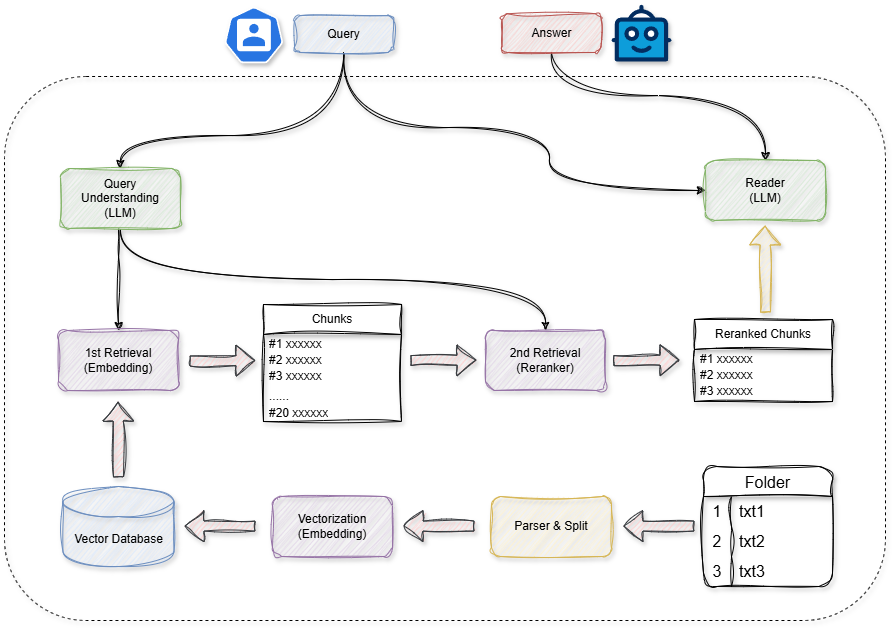
This is image/two_stage_rag.png from ponymhc/TalkAgent, a draw.io export, as it was before one commit. Source tidied: cells renumbered, new cells last; positions are measured from the earlier drawing's top-left corner, leaving out a move shared by most shapes.
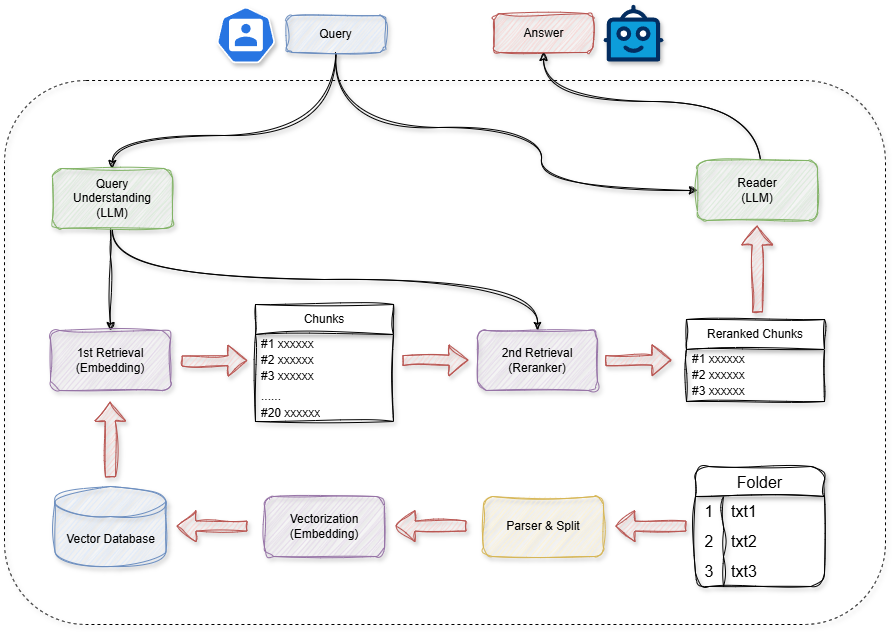
After the commit.

What changed in the source:
```diff
@@ -28,14 +28,6 @@
     <mxCell id="6" value="Query" style="rounded=1;whiteSpace=wrap;html=1;fillColor=#dae8fc;shadow=1;sketch=1;curveFitting=1;jiggle=2;strokeColor=#6c8ebf;" parent="1" vertex="1">
       <mxGeometry x="290" y="11.1" width="99" height="36.9" as="geometry" />
     </mxCell>
-    <mxCell id="7" style="edgeStyle=orthogonalEdgeStyle;rounded=0;jettySize=auto;html=1;curved=1;sketch=1;curveFitting=1;jiggle=2;shadow=1;entryX=0.5;entryY=0;entryDx=0;entryDy=0;exitX=0.5;exitY=1;exitDx=0;exitDy=0;" parent="1" edge="1" source="8" target="12">
-      <mxGeometry relative="1" as="geometry">
-        <Array as="points">
-          <mxPoint x="547" y="91" />
-          <mxPoint x="761" y="91" />
-        </Array>
-      </mxGeometry>
-    </mxCell>
     <mxCell id="8" value="Answer" style="rounded=1;whiteSpace=wrap;html=1;fillColor=#f8cecc;strokeColor=#b85450;shadow=1;sketch=1;curveFitting=1;jiggle=2;" parent="1" vertex="1">
       <mxGeometry x="497.5" y="9.2" width="99" height="38.8" as="geometry" />
     </mxCell>
@@ -53,6 +45,14 @@
     <mxCell id="11" value="Query&lt;div&gt;Understanding&lt;/div&gt;&lt;div&gt;(LLM)&lt;/div&gt;" style="rounded=1;whiteSpace=wrap;html=1;fillColor=#d5e8d4;strokeColor=#82b366;shadow=1;sketch=1;curveFitting=1;jiggle=2;" parent="1" vertex="1">
       <mxGeometry x="56" y="164" width="120" height="60" as="geometry" />
     </mxCell>
+    <mxCell id="47" style="edgeStyle=orthogonalEdgeStyle;rounded=0;jettySize=auto;html=1;entryX=0.5;entryY=1;entryDx=0;entryDy=0;curved=1;shadow=1;sketch=1;curveFitting=1;jiggle=2;" parent="1" edge="1" source="12" target="8">
+      <mxGeometry relative="1" as="geometry">
+        <Array as="points">
+          <mxPoint x="764" y="97" />
+          <mxPoint x="547" y="97" />
+        </Array>
+      </mxGeometry>
+    </mxCell>
     <mxCell id="12" value="Reader&lt;div&gt;(LLM)&lt;/div&gt;" style="rounded=1;whiteSpace=wrap;html=1;fillColor=#d5e8d4;strokeColor=#82b366;shadow=1;sketch=1;curveFitting=1;jiggle=2;" parent="1" vertex="1">
       <mxGeometry x="701" y="156" width="120" height="60" as="geometry" />
     </mxCell>
@@ -77,7 +77,7 @@
     <mxCell id="19" value="#20 xxxxxx" style="text;strokeColor=none;fillColor=none;align=left;verticalAlign=middle;spacingLeft=4;spacingRight=4;overflow=hidden;whiteSpace=wrap;html=1;sketch=1;curveFitting=1;jiggle=2;shadow=1;" parent="14" vertex="1">
       <mxGeometry y="99" width="138" height="18" as="geometry" />
     </mxCell>
-    <mxCell id="20" style="shape=flexArrow;endArrow=classic;html=1;rounded=0;fillColor=#ffcccc;strokeColor=#36393d;sketch=1;curveFitting=1;jiggle=2;shadow=1;" parent="1" edge="1">
+    <mxCell id="20" style="shape=flexArrow;endArrow=classic;html=1;rounded=0;fillColor=#f8cecc;strokeColor=#b85450;sketch=1;curveFitting=1;jiggle=2;shadow=1;" parent="1" edge="1">
       <mxGeometry relative="1" as="geometry">
         <mxPoint x="185" y="356.5" as="sourcePoint" />
         <mxPoint x="251" y="356" as="targetPoint" />
@@ -86,7 +86,7 @@
     <mxCell id="21" value="2nd Retrieval&lt;div&gt;(Reranker)&lt;/div&gt;" style="rounded=1;whiteSpace=wrap;html=1;fillColor=#e1d5e7;strokeColor=#9673a6;shadow=1;sketch=1;curveFitting=1;jiggle=2;" parent="1" vertex="1">
       <mxGeometry x="481" y="326" width="120" height="60" as="geometry" />
     </mxCell>
-    <mxCell id="22" style="shape=flexArrow;endArrow=classic;html=1;rounded=0;fillColor=#ffcccc;strokeColor=#36393d;sketch=1;curveFitting=1;jiggle=2;shadow=1;" parent="1" edge="1">
+    <mxCell id="22" style="shape=flexArrow;endArrow=classic;html=1;rounded=0;fillColor=#f8cecc;strokeColor=#b85450;sketch=1;curveFitting=1;jiggle=2;shadow=1;" parent="1" edge="1">
       <mxGeometry relative="1" as="geometry">
         <mxPoint x="406" y="356.1" as="sourcePoint" />
         <mxPoint x="472" y="355.6" as="targetPoint" />
@@ -104,13 +104,13 @@
     <mxCell id="26" value="#3 xxxxxx" style="text;strokeColor=none;fillColor=none;align=left;verticalAlign=middle;spacingLeft=4;spacingRight=4;overflow=hidden;whiteSpace=wrap;html=1;sketch=1;curveFitting=1;jiggle=2;shadow=1;" parent="23" vertex="1">
       <mxGeometry y="62" width="138" height="20" as="geometry" />
     </mxCell>
-    <mxCell id="27" style="shape=flexArrow;endArrow=classic;html=1;rounded=0;fillColor=#ffcccc;strokeColor=#36393d;sketch=1;curveFitting=1;jiggle=2;shadow=1;" parent="1" edge="1">
+    <mxCell id="27" style="shape=flexArrow;endArrow=classic;html=1;rounded=0;fillColor=#f8cecc;strokeColor=#b85450;sketch=1;curveFitting=1;jiggle=2;shadow=1;" parent="1" edge="1">
       <mxGeometry relative="1" as="geometry">
         <mxPoint x="609" y="356.1" as="sourcePoint" />
         <mxPoint x="675" y="355.6" as="targetPoint" />
       </mxGeometry>
     </mxCell>
-    <mxCell id="28" style="shape=flexArrow;endArrow=classic;html=1;rounded=0;fillColor=#fff2cc;strokeColor=#d6b656;sketch=1;curveFitting=1;jiggle=2;shadow=1;" parent="1" edge="1">
+    <mxCell id="28" style="shape=flexArrow;endArrow=classic;html=1;rounded=0;fillColor=#f8cecc;strokeColor=#b85450;sketch=1;curveFitting=1;jiggle=2;shadow=1;" parent="1" edge="1">
       <mxGeometry relative="1" as="geometry">
         <mxPoint x="761" y="308" as="sourcePoint" />
         <mxPoint x="760.6" y="221" as="targetPoint" />
@@ -122,13 +122,13 @@
     <mxCell id="30" value="Vector Database" style="shape=cylinder3;whiteSpace=wrap;html=1;boundedLbl=1;backgroundOutline=1;size=15;fillColor=#dae8fc;strokeColor=#6c8ebf;sketch=1;curveFitting=1;jiggle=2;shadow=1;" parent="1" vertex="1">
       <mxGeometry x="58.5" y="482" width="111" height="80" as="geometry" />
     </mxCell>
-    <mxCell id="31" style="shape=flexArrow;endArrow=classic;html=1;rounded=0;fillColor=#ffcccc;strokeColor=#36393d;sketch=1;curveFitting=1;jiggle=2;shadow=1;" parent="1" edge="1">
+    <mxCell id="31" style="shape=flexArrow;endArrow=classic;html=1;rounded=0;fillColor=#f8cecc;strokeColor=#b85450;sketch=1;curveFitting=1;jiggle=2;shadow=1;" parent="1" edge="1">
       <mxGeometry relative="1" as="geometry">
         <mxPoint x="251" y="521.6" as="sourcePoint" />
         <mxPoint x="180" y="521.6" as="targetPoint" />
       </mxGeometry>
     </mxCell>
-    <mxCell id="32" style="shape=flexArrow;endArrow=classic;html=1;rounded=0;fillColor=#ffcccc;strokeColor=#36393d;sketch=1;curveFitting=1;jiggle=2;shadow=1;" parent="1" edge="1">
+    <mxCell id="32" style="shape=flexArrow;endArrow=classic;html=1;rounded=0;fillColor=#f8cecc;strokeColor=#b85450;sketch=1;curveFitting=1;jiggle=2;shadow=1;" parent="1" edge="1">
       <mxGeometry relative="1" as="geometry">
         <mxPoint x="114" y="473" as="sourcePoint" />
         <mxPoint x="113.6" y="397" as="targetPoint" />
@@ -137,14 +137,14 @@
     <mxCell id="33" value="Parser &amp;amp; Split" style="rounded=1;whiteSpace=wrap;html=1;fillColor=#fff2cc;strokeColor=#d6b656;shadow=1;sketch=1;curveFitting=1;jiggle=2;" parent="1" vertex="1">
       <mxGeometry x="487" y="492" width="120" height="60" as="geometry" />
     </mxCell>
-    <mxCell id="34" style="shape=flexArrow;endArrow=classic;html=1;rounded=0;fillColor=#ffcccc;strokeColor=#36393d;sketch=1;curveFitting=1;jiggle=2;shadow=1;" parent="1" edge="1">
+    <mxCell id="34" style="shape=flexArrow;endArrow=classic;html=1;rounded=0;fillColor=#f8cecc;strokeColor=#b85450;sketch=1;curveFitting=1;jiggle=2;shadow=1;" parent="1" edge="1">
       <mxGeometry relative="1" as="geometry">
         <mxPoint x="470" y="521.6" as="sourcePoint" />
         <mxPoint x="399" y="521.6" as="targetPoint" />
       </mxGeometry>
     </mxCell>
     <mxCell id="35" style="rounded=1;whiteSpace=wrap;html=1;fillColor=none;strokeColor=default;shadow=1;glass=0;dashed=1;" parent="1" vertex="1">
-      <mxGeometry y="72" width="881" height="544" as="geometry" />
+      <mxGeometry x="8" y="76" width="881" height="544" as="geometry" />
     </mxCell>
     <mxCell id="36" value="Folder" style="shape=table;startSize=30;rowLines=0;fontStyle=0;strokeColor=default;fontSize=16;rounded=1;sketch=1;curveFitting=1;jiggle=2;shadow=1;" parent="1" vertex="1">
       <mxGeometry x="699" y="462" width="129" height="120" as="geometry" />
@@ -176,7 +176,7 @@
     <mxCell id="45" value="txt3" style="shape=partialRectangle;html=1;whiteSpace=wrap;fillColor=none;top=0;left=0;bottom=0;right=0;align=left;spacingLeft=6;overflow=hidden;strokeColor=inherit;fontSize=16;" parent="43" vertex="1">
       <mxGeometry x="28" width="101" height="30" as="geometry" />
     </mxCell>
-    <mxCell id="46" style="shape=flexArrow;endArrow=classic;html=1;rounded=0;fillColor=#ffcccc;strokeColor=#36393d;sketch=1;curveFitting=1;jiggle=2;shadow=1;" parent="1" edge="1">
+    <mxCell id="46" style="shape=flexArrow;endArrow=classic;html=1;rounded=0;fillColor=#f8cecc;strokeColor=#b85450;sketch=1;curveFitting=1;jiggle=2;shadow=1;" parent="1" edge="1">
       <mxGeometry relative="1" as="geometry">
         <mxPoint x="690" y="521.6" as="sourcePoint" />
         <mxPoint x="619" y="521.6" as="targetPoint" />
```
